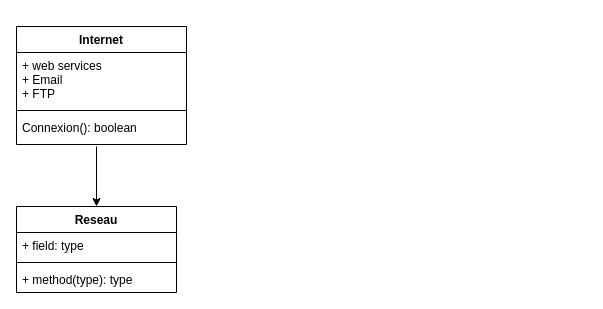
Before: Exercice1.drawio in Maryline-Bellanger/Exercice-fondamentaux-web, a draw.io diagram. Source tidied: cells renumbered, new cells numbered last; positions are measured from the earlier drawing's top-left corner, leaving out a move shared by most shapes. Both pictures are drawn from the tidied source at 100%, with x=0, y=0 at pixel (16, 26).
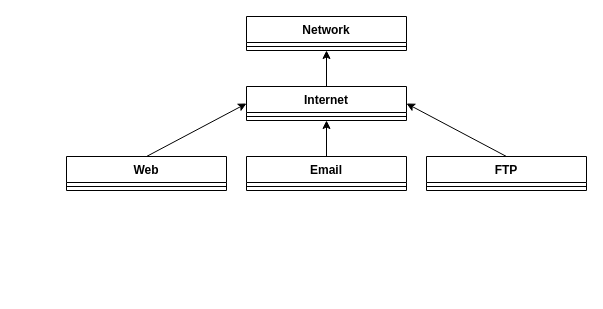
Above is the later version.

Change to the diagram source:
```diff
@@
 <mxGraphModel>
   <root>
     <mxCell id="0" />
     <mxCell id="1" parent="0" />
     <mxCell id="2" value="Internet" style="swimlane;fontStyle=1;align=center;verticalAlign=top;horizontal=1;startSize=26;" parent="1" vertex="1">
-      <mxGeometry width="170" height="118" as="geometry" />
+      <mxGeometry x="230" y="60" width="160" height="34" as="geometry" />
     </mxCell>
-    <mxCell id="3" value="+ web services&#10;+ Email&#10;+ FTP" style="text;strokeColor=none;fillColor=none;align=left;verticalAlign=top;spacingLeft=4;spacingRight=4;overflow=hidden;" parent="2" vertex="1">
-      <mxGeometry y="26" width="170" height="54" as="geometry" />
-    </mxCell>
     <mxCell id="4" style="line;strokeWidth=1;fillColor=none;align=left;verticalAlign=middle;spacingTop=-1;spacingLeft=3;spacingRight=3;labelPosition=right;" parent="2" vertex="1">
-      <mxGeometry y="80" width="170" height="8" as="geometry" />
+      <mxGeometry y="26" width="160" height="8" as="geometry" />
     </mxCell>
-    <mxCell id="5" value="Connexion(): boolean" style="text;strokeColor=none;fillColor=none;align=left;verticalAlign=top;spacingLeft=4;spacingRight=4;overflow=hidden;" parent="2" vertex="1">
-      <mxGeometry y="88" width="170" height="30" as="geometry" />
-    </mxCell>
-    <mxCell id="6" value="Reseau" style="swimlane;fontStyle=1;align=center;verticalAlign=top;horizontal=1;startSize=26;" parent="1" vertex="1">
-      <mxGeometry y="180" width="160" height="86" as="geometry" />
+    <mxCell id="6" value="Network" style="swimlane;fontStyle=1;align=center;verticalAlign=top;horizontal=1;startSize=26;" parent="1" vertex="1">
+      <mxGeometry x="230" y="-10" width="160" height="34" as="geometry" />
     </mxCell>
-    <mxCell id="7" value="+ field: type" style="text;strokeColor=none;fillColor=none;align=left;verticalAlign=top;spacingLeft=4;spacingRight=4;overflow=hidden;" parent="6" vertex="1">
-      <mxGeometry y="26" width="160" height="26" as="geometry" />
-    </mxCell>
     <mxCell id="8" style="line;strokeWidth=1;fillColor=none;align=left;verticalAlign=middle;spacingTop=-1;spacingLeft=3;spacingRight=3;labelPosition=right;" parent="6" vertex="1">
-      <mxGeometry y="52" width="160" height="8" as="geometry" />
+      <mxGeometry y="26" width="160" height="8" as="geometry" />
     </mxCell>
-    <mxCell id="9" value="+ method(type): type" style="text;strokeColor=none;fillColor=none;align=left;verticalAlign=top;spacingLeft=4;spacingRight=4;overflow=hidden;" parent="6" vertex="1">
-      <mxGeometry y="60" width="160" height="26" as="geometry" />
-    </mxCell>
-    <mxCell id="10" style="endArrow=classic;html=1;rounded=0;entryX=0.5;entryY=0;entryDx=0;entryDy=0;" parent="1" edge="1" target="6">
-      <mxGeometry relative="1" as="geometry">
-        <mxPoint x="80" y="120" as="sourcePoint" />
-      </mxGeometry>
-    </mxCell>
+    <mxCell id="11" value="Web" style="swimlane;fontStyle=1;align=center;verticalAlign=top;horizontal=1;startSize=26;" parent="1" vertex="1">
+      <mxGeometry x="50" y="130" width="160" height="34" as="geometry" />
+    </mxCell>
+    <mxCell id="12" style="line;strokeWidth=1;fillColor=none;align=left;verticalAlign=middle;spacingTop=-1;spacingLeft=3;spacingRight=3;labelPosition=right;" parent="11" vertex="1">
+      <mxGeometry y="26" width="160" height="8" as="geometry" />
+    </mxCell>
+    <mxCell id="13" value="Email" style="swimlane;fontStyle=1;align=center;verticalAlign=top;horizontal=1;startSize=26;" parent="1" vertex="1">
+      <mxGeometry x="230" y="130" width="160" height="34" as="geometry" />
+    </mxCell>
+    <mxCell id="14" style="line;strokeWidth=1;fillColor=none;align=left;verticalAlign=middle;spacingTop=-1;spacingLeft=3;spacingRight=3;labelPosition=right;" parent="13" vertex="1">
+      <mxGeometry y="26" width="160" height="8" as="geometry" />
+    </mxCell>
+    <mxCell id="15" value="FTP" style="swimlane;fontStyle=1;align=center;verticalAlign=top;horizontal=1;startSize=26;" parent="1" vertex="1">
+      <mxGeometry x="410" y="130" width="160" height="34" as="geometry" />
+    </mxCell>
+    <mxCell id="16" style="line;strokeWidth=1;fillColor=none;align=left;verticalAlign=middle;spacingTop=-1;spacingLeft=3;spacingRight=3;labelPosition=right;" parent="15" vertex="1">
+      <mxGeometry y="26" width="160" height="8" as="geometry" />
+    </mxCell>
+    <mxCell id="17" style="endArrow=classic;html=1;rounded=0;exitX=0.5;exitY=0;exitDx=0;exitDy=0;entryX=0.5;entryY=1;entryDx=0;entryDy=0;" parent="1" edge="1" source="2" target="6">
+      <mxGeometry relative="1" as="geometry" />
+    </mxCell>
+    <mxCell id="18" style="endArrow=classic;html=1;rounded=0;exitX=0.5;exitY=0;exitDx=0;exitDy=0;entryX=0;entryY=0.5;entryDx=0;entryDy=0;" parent="1" edge="1" source="11" target="2">
+      <mxGeometry relative="1" as="geometry" />
+    </mxCell>
+    <mxCell id="19" style="endArrow=classic;html=1;rounded=0;exitX=0.5;exitY=0;exitDx=0;exitDy=0;entryX=0.5;entryY=1;entryDx=0;entryDy=0;" parent="1" edge="1" source="13" target="2">
+      <mxGeometry relative="1" as="geometry" />
+    </mxCell>
+    <mxCell id="20" style="endArrow=classic;html=1;rounded=0;exitX=0.5;exitY=0;exitDx=0;exitDy=0;entryX=1;entryY=0.5;entryDx=0;entryDy=0;" parent="1" edge="1" source="15" target="2">
+      <mxGeometry relative="1" as="geometry" />
+    </mxCell>
   </root>
 </mxGraphModel>
```
